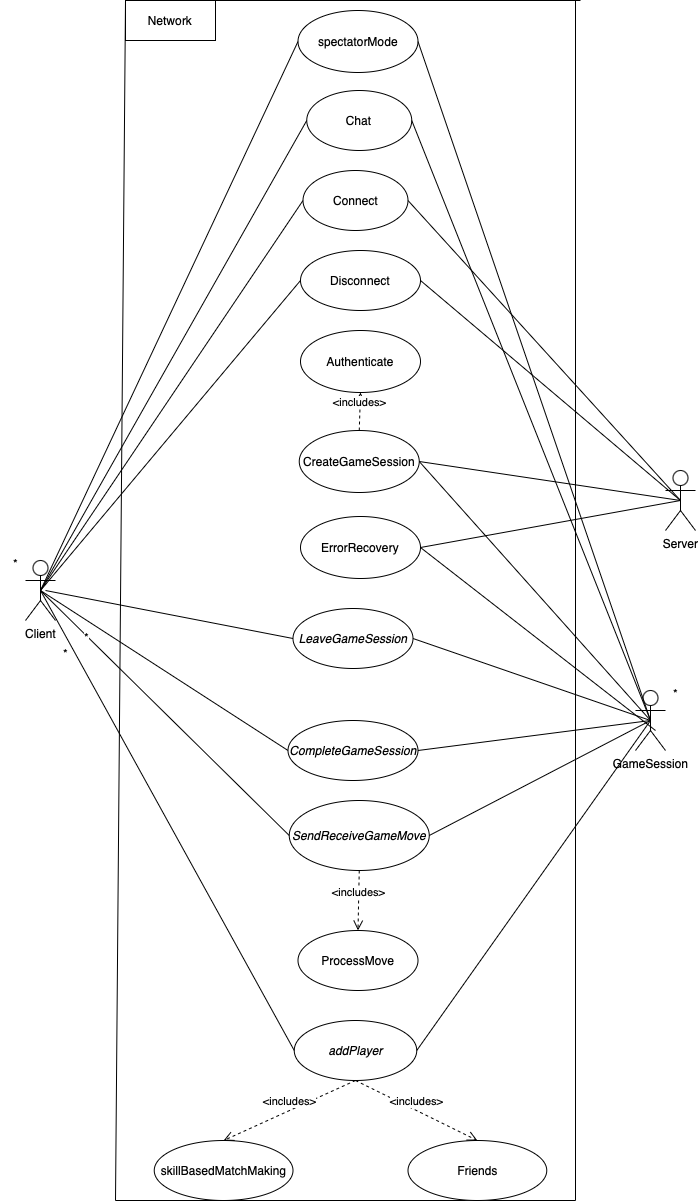
Above: docs/diagrams/NetworkingUseCaseDiagram.png in marinara782/OMG-Multiplayer-Project (draw.io), before the change. Source tidied: cells renumbered, new cells last; positions are measured from the earlier drawing's top-left corner, leaving out a move shared by most shapes.
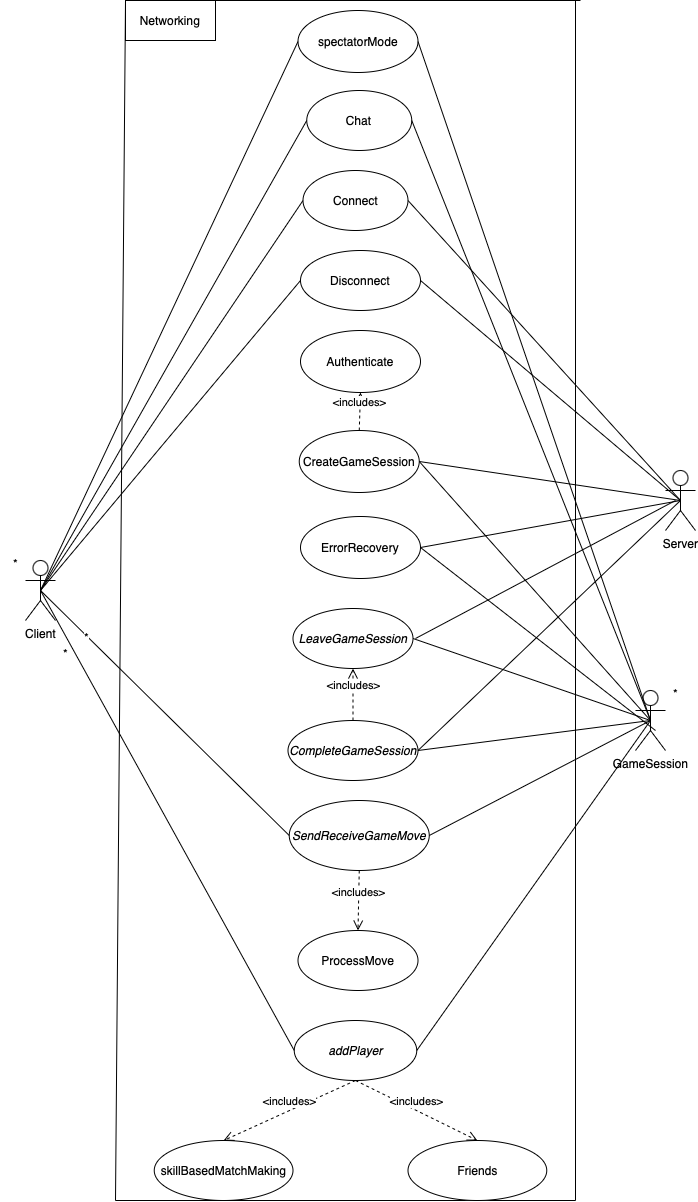
After the change.

The edit, as a diff of the source:
```diff
@@ -100,7 +100,7 @@
         <mxPoint x="575" as="targetPoint" />
       </mxGeometry>
     </mxCell>
-    <mxCell id="30" value="Network" style="rounded=0;whiteSpace=wrap;html=1;" parent="1" vertex="1">
+    <mxCell id="30" value="Networking" style="rounded=0;whiteSpace=wrap;html=1;" parent="1" vertex="1">
       <mxGeometry x="125" width="90" height="40" as="geometry" />
     </mxCell>
     <mxCell id="31" value="&amp;lt;includes&amp;gt;" style="html=1;verticalAlign=bottom;endArrow=open;dashed=1;endSize=8;curved=0;rounded=0;entryX=0.5;entryY=0;entryDx=0;entryDy=0;exitX=0.5;exitY=1;exitDx=0;exitDy=0;" parent="1" edge="1" source="20" target="23">
@@ -127,9 +127,10 @@
     <mxCell id="38" value="&lt;i&gt;CompleteGameSession&lt;/i&gt;" style="ellipse;whiteSpace=wrap;html=1;" parent="1" vertex="1">
       <mxGeometry x="287.5" y="720" width="130" height="60" as="geometry" />
     </mxCell>
-    <mxCell id="39" style="endArrow=none;html=1;rounded=0;entryX=0;entryY=0.5;entryDx=0;entryDy=0;" parent="1" edge="1" target="37">
+    <mxCell id="39" style="endArrow=none;html=1;rounded=0;" parent="1" edge="1">
       <mxGeometry relative="1" as="geometry">
-        <mxPoint x="45" y="590" as="sourcePoint" />
+        <mxPoint x="675" y="500" as="sourcePoint" />
+        <mxPoint x="415" y="638" as="targetPoint" />
       </mxGeometry>
     </mxCell>
     <mxCell id="40" style="endArrow=none;html=1;rounded=0;entryX=1;entryY=0.5;entryDx=0;entryDy=0;exitX=0.5;exitY=0.5;exitDx=0;exitDy=0;exitPerimeter=0;" parent="1" edge="1" source="4" target="37">
@@ -138,7 +139,7 @@
     <mxCell id="41" style="endArrow=none;html=1;rounded=0;entryX=0.5;entryY=0.5;entryDx=0;entryDy=0;entryPerimeter=0;exitX=1;exitY=0.5;exitDx=0;exitDy=0;" parent="1" edge="1" source="38" target="4">
       <mxGeometry relative="1" as="geometry" />
     </mxCell>
-    <mxCell id="42" style="endArrow=none;html=1;rounded=0;entryX=0;entryY=0.5;entryDx=0;entryDy=0;exitX=0.5;exitY=0.5;exitDx=0;exitDy=0;exitPerimeter=0;" parent="1" edge="1" source="2" target="38">
+    <mxCell id="42" style="endArrow=none;html=1;rounded=0;entryX=1;entryY=0.5;entryDx=0;entryDy=0;exitX=0.5;exitY=0.5;exitDx=0;exitDy=0;exitPerimeter=0;" parent="1" edge="1" source="3" target="38">
       <mxGeometry relative="1" as="geometry" />
     </mxCell>
     <mxCell id="43" value="Authenticate" style="ellipse;whiteSpace=wrap;html=1;" parent="1" vertex="1">
@@ -147,6 +148,9 @@
     <mxCell id="44" value="&amp;lt;includes&amp;gt;" style="html=1;verticalAlign=bottom;endArrow=open;dashed=1;endSize=8;curved=0;rounded=0;exitX=0.5;exitY=0;exitDx=0;exitDy=0;entryX=0.5;entryY=1;entryDx=0;entryDy=0;" parent="1" edge="1" source="15" target="43">
       <mxGeometry relative="1" as="geometry" />
     </mxCell>
+    <mxCell id="52" value="&amp;lt;includes&amp;gt;" style="html=1;verticalAlign=bottom;endArrow=open;dashed=1;endSize=8;curved=0;rounded=0;exitX=0.5;exitY=0;exitDx=0;exitDy=0;entryX=0.5;entryY=1;entryDx=0;entryDy=0;" parent="1" edge="1" source="38" target="37">
+      <mxGeometry relative="1" as="geometry" />
+    </mxCell>
     <mxCell id="45" value="spectatorMode" style="ellipse;whiteSpace=wrap;html=1;" parent="1" vertex="1">
       <mxGeometry x="297.5" y="10" width="120" height="62" as="geometry" />
     </mxCell>
```
